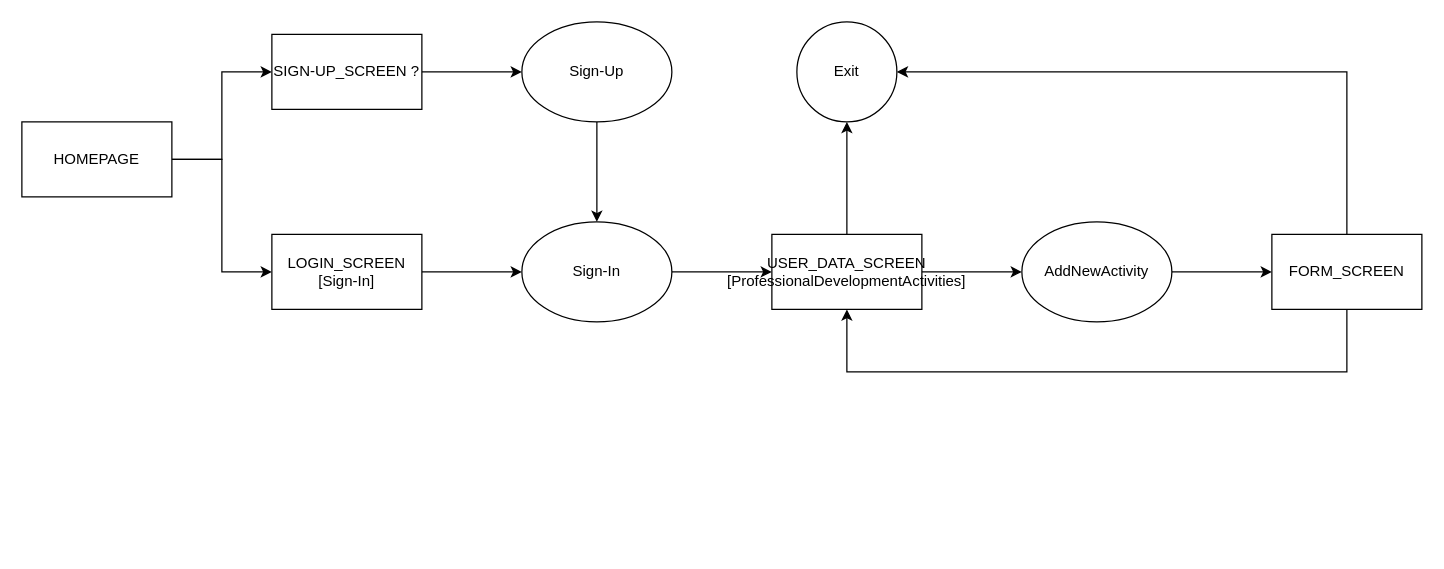
The draw.io diagram DESIGN/Temporary_Non-Normative_PROCESS_DESIGN_DIAGRAM.drawio in Team-Arbitrary/Team-Arbitrary.github.io, before the edit. Source tidied: cells renumbered, new cells numbered last; positions are measured from the earlier drawing's top-left corner, leaving out a move shared by most shapes. Both pictures are drawn from the tidied source at 125%, with x=0, y=0 at pixel (21, 21).
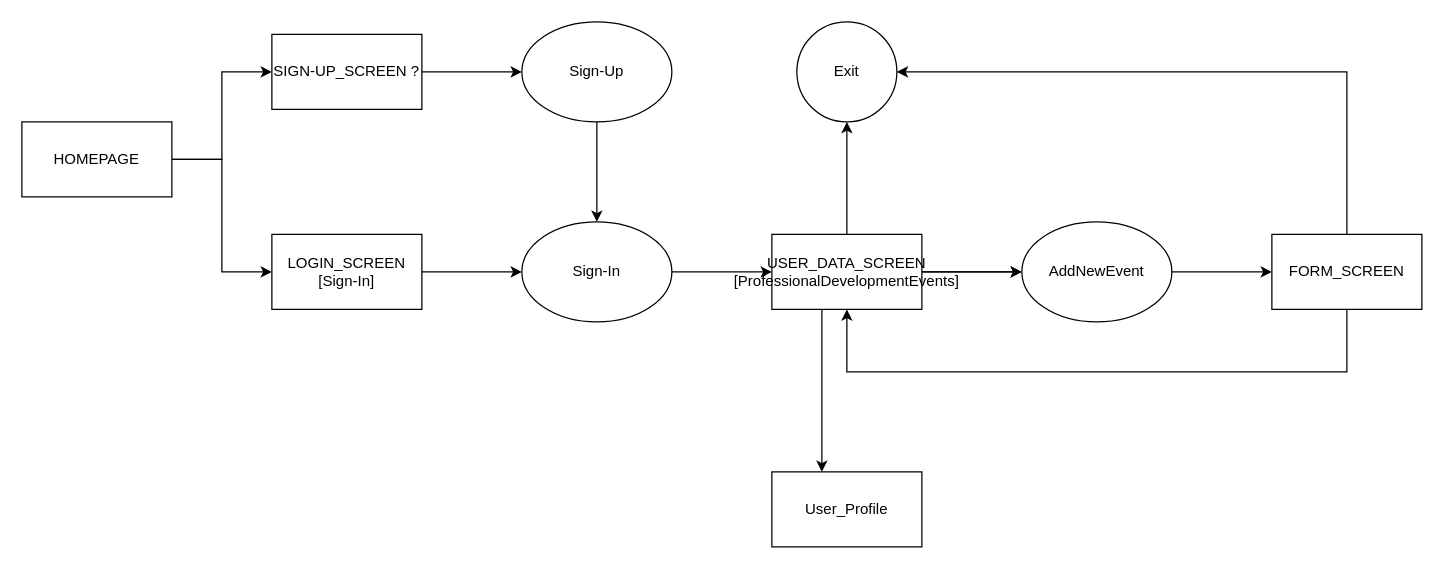
Above is the later version.

The edit, as a diff of the source:
```diff
@@
+    <mxCell id="22" style="edgeStyle=orthogonalEdgeStyle;rounded=0;jettySize=auto;html=1;" parent="1" edge="1" source="19" target="24">
+      <mxGeometry relative="1" as="geometry">
+        <Array as="points">
+          <mxPoint x="640" y="290" />
+          <mxPoint x="640" y="290" />
+        </Array>
+      </mxGeometry>
+    </mxCell>
+    <mxCell id="23" style="edgeStyle=orthogonalEdgeStyle;rounded=0;jettySize=auto;html=1;" parent="1" edge="1" source="19" target="21">
+      <mxGeometry relative="1" as="geometry" />
+    </mxCell>
-    <mxCell id="19" value="USER_DATA_SCREEN&lt;br&gt;[ProfessionalDevelopmentActivities]" style="rounded=0;whiteSpace=wrap;html=1;" parent="1" vertex="1">
+    <mxCell id="19" value="USER_DATA_SCREEN&lt;br&gt;[ProfessionalDevelopmentEvents]" style="rounded=0;whiteSpace=wrap;html=1;" parent="1" vertex="1">
       <mxGeometry x="600" y="170" width="120" height="60" as="geometry" />
     </mxCell>
@@
-    <mxCell id="21" value="AddNewActivity" style="ellipse;whiteSpace=wrap;html=1;" parent="1" vertex="1">
+    <mxCell id="21" value="AddNewEvent" style="ellipse;whiteSpace=wrap;html=1;" parent="1" vertex="1">
       <mxGeometry x="800" y="160" width="120" height="80" as="geometry" />
     </mxCell>
+    <mxCell id="24" value="User_Profile" style="rounded=0;whiteSpace=wrap;html=1;" parent="1" vertex="1">
+      <mxGeometry x="600" y="360" width="120" height="60" as="geometry" />
+    </mxCell>
```
